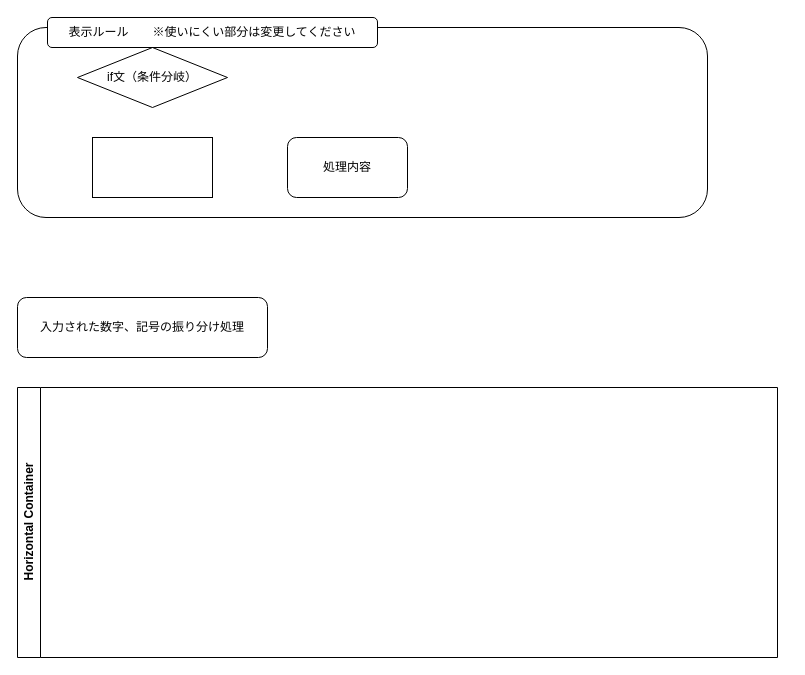
yuichi-tanaka95/kikaikeisanka keeps this draw.io diagram as DentakuFlowChart.drawio. Above is the earlier version. Source tidied: cells renumbered, new cells numbered last; positions are measured from the earlier drawing's top-left corner, leaving out a move shared by most shapes. Both pictures are drawn from the tidied source at 100%, with x=0, y=0 at pixel (17, 17).
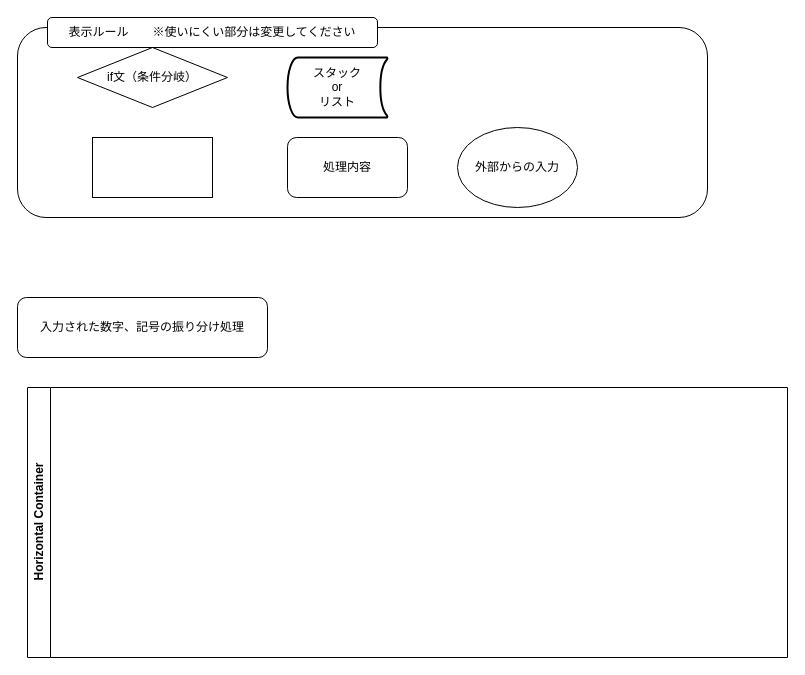
The same diagram, later.

Commit message:
DentakuFlowChart.drawio を更新します

Change to the diagram source:
```diff
@@
 <mxGraphModel>
   <root>
     <mxCell id="0" />
     <mxCell id="1" parent="0" />
     <mxCell id="2" value="Horizontal Container" style="swimlane;horizontal=0;whiteSpace=wrap;html=1;" parent="1" vertex="1">
-      <mxGeometry y="370" width="760" height="270" as="geometry" />
+      <mxGeometry x="10" y="370" width="760" height="270" as="geometry" />
     </mxCell>
     <mxCell id="3" style="rounded=1;whiteSpace=wrap;html=1;" parent="1" vertex="1">
       <mxGeometry y="10" width="690" height="190" as="geometry" />
     </mxCell>
     <mxCell id="4" value="if文（条件分岐）" style="rhombus;whiteSpace=wrap;html=1;" parent="1" vertex="1">
       <mxGeometry x="60" y="30" width="150" height="60" as="geometry" />
     </mxCell>
     <mxCell id="5" style="rounded=0;whiteSpace=wrap;html=1;" parent="1" vertex="1">
       <mxGeometry x="75" y="120" width="120" height="60" as="geometry" />
     </mxCell>
     <mxCell id="6" value="処理内容" style="rounded=1;whiteSpace=wrap;html=1;" parent="1" vertex="1">
       <mxGeometry x="270" y="120" width="120" height="60" as="geometry" />
     </mxCell>
     <mxCell id="7" value="表示ルール　　※使いにくい部分は変更してください" style="rounded=1;whiteSpace=wrap;html=1;" parent="1" vertex="1">
       <mxGeometry x="30" width="330" height="30" as="geometry" />
     </mxCell>
     <mxCell id="8" value="入力された数字、記号の振り分け処理" style="rounded=1;whiteSpace=wrap;html=1;" parent="1" vertex="1">
       <mxGeometry y="280" width="250" height="60" as="geometry" />
     </mxCell>
+    <mxCell id="9" value="スタック&lt;div&gt;or&lt;br&gt;&lt;div&gt;リスト&lt;/div&gt;&lt;/div&gt;" style="strokeWidth=2;html=1;shape=mxgraph.flowchart.stored_data;whiteSpace=wrap;" parent="1" vertex="1">
+      <mxGeometry x="270" y="40" width="100" height="60" as="geometry" />
+    </mxCell>
+    <mxCell id="10" value="外部からの入力" style="ellipse;whiteSpace=wrap;html=1;" parent="1" vertex="1">
+      <mxGeometry x="440" y="110" width="120" height="80" as="geometry" />
+    </mxCell>
   </root>
 </mxGraphModel>
```
